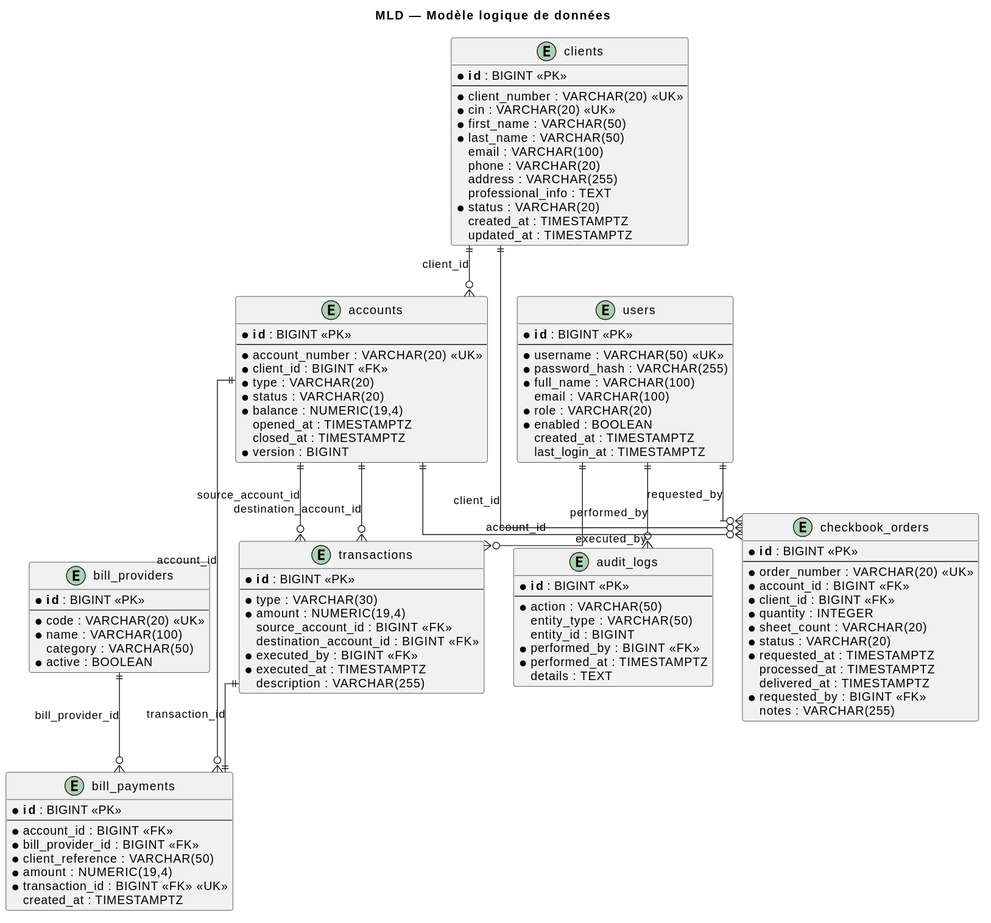
Earlier version of the PlantUML export documentation/modele-donnees/MLD.svg (aminabensouda106-gif/banque1).
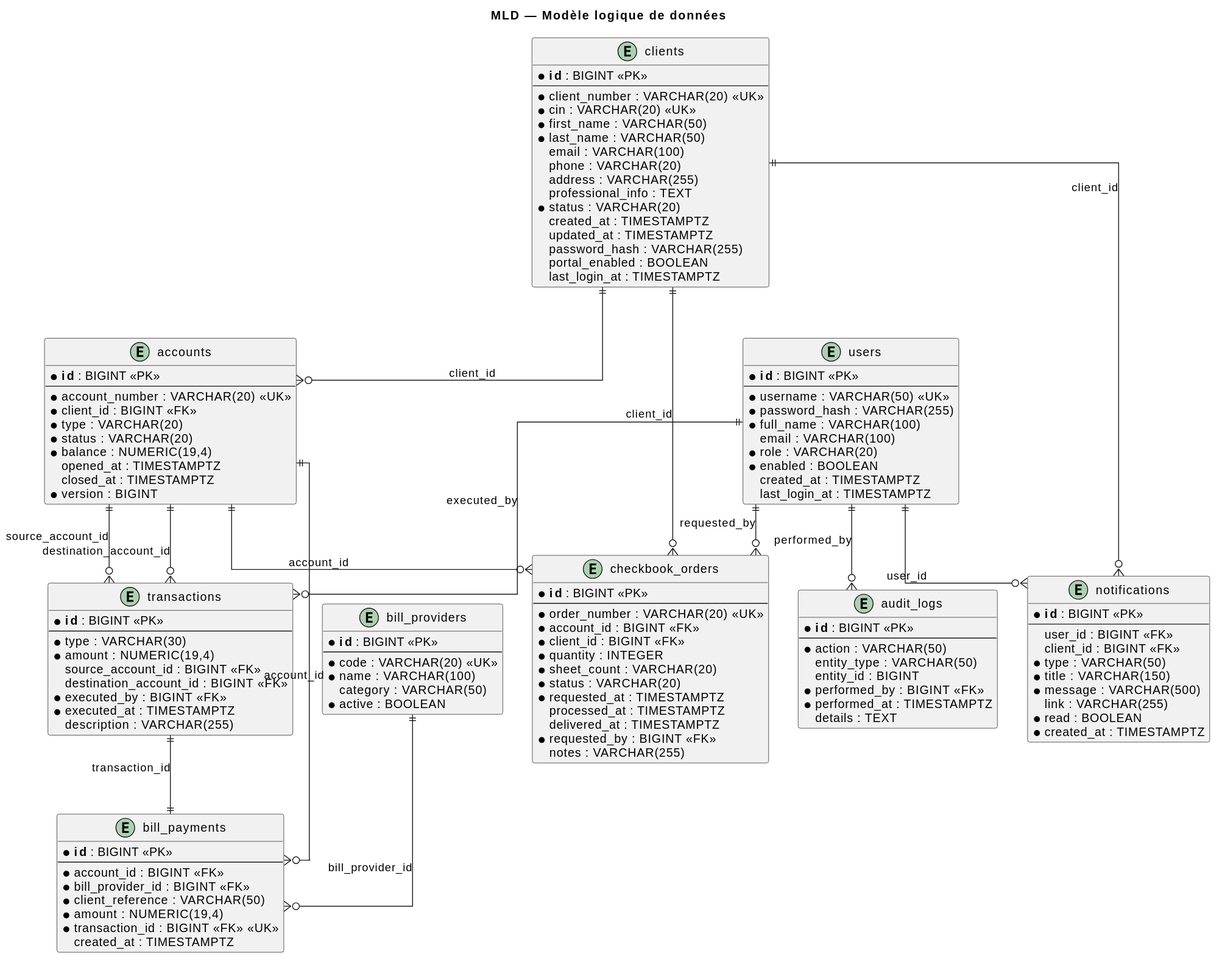
The same diagram one commit later.

Change to the diagram source:
```diff
@@ -31,6 +31,9 @@
   * status : VARCHAR(20)
   created_at : TIMESTAMPTZ
   updated_at : TIMESTAMPTZ
+  password_hash : VARCHAR(255)
+  portal_enabled : BOOLEAN
+  last_login_at : TIMESTAMPTZ
 }
 
 entity "accounts" as accounts {
@@ -105,11 +108,26 @@
   details : TEXT
 }
 
+entity "notifications" as notifications {
+  * **id** : BIGINT <<PK>>
+  --
+  user_id : BIGINT <<FK>>
+  client_id : BIGINT <<FK>>
+  * type : VARCHAR(50)
+  * title : VARCHAR(150)
+  * message : VARCHAR(500)
+  link : VARCHAR(255)
+  * read : BOOLEAN
+  * created_at : TIMESTAMPTZ
+}
+
 clients ||--o{ accounts : client_id
 clients ||--o{ checkbook_orders : client_id
 users ||--o{ transactions : executed_by
 users ||--o{ checkbook_orders : requested_by
 users ||--o{ audit_logs : performed_by
+users ||--o{ notifications : user_id
+clients ||--o{ notifications : client_id
 accounts ||--o{ transactions : source_account_id
 accounts ||--o{ transactions : destination_account_id
 accounts ||--o{ bill_payments : account_id
```
